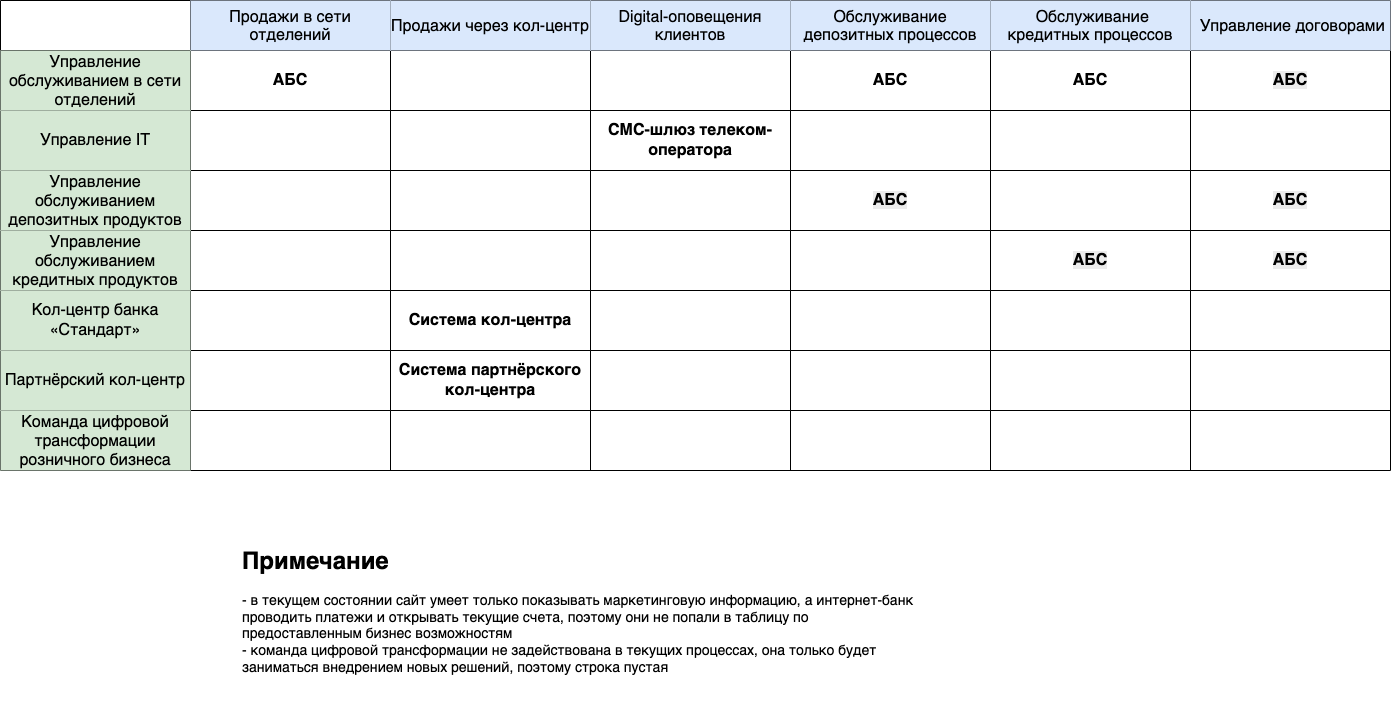
This is Task1/it-landscape.png from vakovtunenko/architecture-standart, a draw.io export, as it was before one commit. Source tidied: cells renumbered, new cells last; positions are measured from the earlier drawing's top-left corner, leaving out a move shared by most shapes.
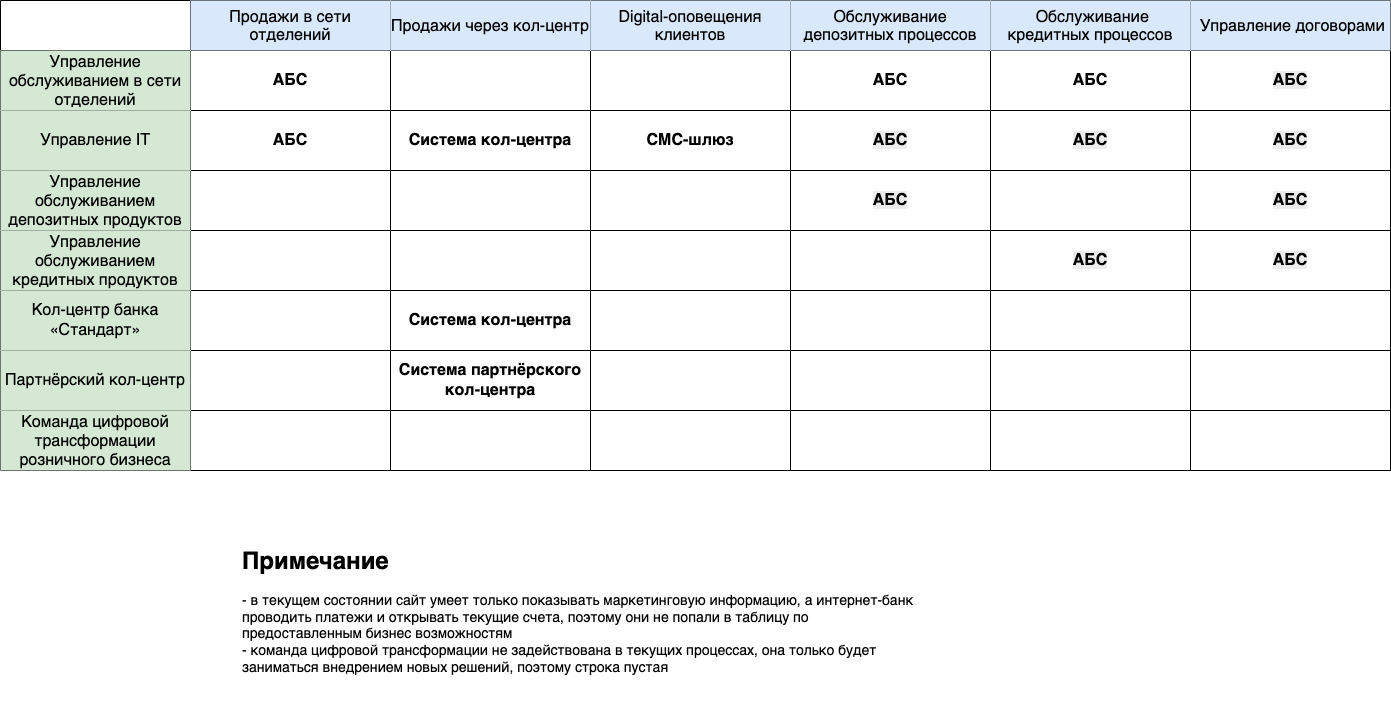
After the commit.

Diff of the diagram source:
```diff
@@ -59,22 +59,22 @@
     <mxCell id="20" value="Управление IT" style="shape=partialRectangle;html=1;whiteSpace=wrap;strokeColor=#82b366;overflow=hidden;fillColor=#d5e8d4;top=0;left=0;bottom=0;right=0;fontSize=16;align=center;verticalAlign=middle;fontFamily=Helvetica;" parent="19" vertex="1">
       <mxGeometry width="190" height="60" as="geometry" />
     </mxCell>
-    <mxCell id="21" style="shape=partialRectangle;html=1;whiteSpace=wrap;strokeColor=inherit;overflow=hidden;fillColor=none;top=0;left=0;bottom=0;right=0;fontSize=16;align=center;verticalAlign=middle;fontFamily=Helvetica;" parent="19" vertex="1">
+    <mxCell id="21" value="&lt;b&gt;АБС&lt;/b&gt;" style="shape=partialRectangle;html=1;whiteSpace=wrap;strokeColor=inherit;overflow=hidden;fillColor=none;top=0;left=0;bottom=0;right=0;fontSize=16;align=center;verticalAlign=middle;fontFamily=Helvetica;" parent="19" vertex="1">
       <mxGeometry x="190" width="200" height="60" as="geometry" />
     </mxCell>
-    <mxCell id="22" style="shape=partialRectangle;html=1;whiteSpace=wrap;strokeColor=inherit;overflow=hidden;fillColor=none;top=0;left=0;bottom=0;right=0;fontSize=16;align=center;verticalAlign=middle;fontFamily=Helvetica;" parent="19" vertex="1">
+    <mxCell id="22" value="&lt;span style=&quot;font-weight: 700;&quot;&gt;Система кол-центра&lt;/span&gt;" style="shape=partialRectangle;html=1;whiteSpace=wrap;strokeColor=inherit;overflow=hidden;fillColor=none;top=0;left=0;bottom=0;right=0;fontSize=16;align=center;verticalAlign=middle;fontFamily=Helvetica;" parent="19" vertex="1">
       <mxGeometry x="390" width="200" height="60" as="geometry" />
     </mxCell>
-    <mxCell id="23" value="СМС-шлюз телеком-оператора" style="shape=partialRectangle;html=1;whiteSpace=wrap;strokeColor=inherit;overflow=hidden;fillColor=none;top=0;left=0;bottom=0;right=0;fontSize=16;align=center;verticalAlign=middle;fontFamily=Helvetica;fontStyle=1;" parent="19" vertex="1">
+    <mxCell id="23" value="СМС-шлюз" style="shape=partialRectangle;html=1;whiteSpace=wrap;strokeColor=inherit;overflow=hidden;fillColor=none;top=0;left=0;bottom=0;right=0;fontSize=16;align=center;verticalAlign=middle;fontFamily=Helvetica;fontStyle=1;" parent="19" vertex="1">
       <mxGeometry x="590" width="200" height="60" as="geometry" />
     </mxCell>
-    <mxCell id="24" style="shape=partialRectangle;html=1;whiteSpace=wrap;strokeColor=inherit;overflow=hidden;fillColor=none;top=0;left=0;bottom=0;right=0;fontSize=16;align=center;verticalAlign=middle;fontFamily=Helvetica;" parent="19" vertex="1">
+    <mxCell id="24" value="&lt;b style=&quot;color: rgb(0, 0, 0); background-color: rgb(236, 236, 236);&quot;&gt;АБС&lt;/b&gt;" style="shape=partialRectangle;html=1;whiteSpace=wrap;strokeColor=inherit;overflow=hidden;fillColor=none;top=0;left=0;bottom=0;right=0;fontSize=16;align=center;verticalAlign=middle;fontFamily=Helvetica;" parent="19" vertex="1">
       <mxGeometry x="790" width="200" height="60" as="geometry" />
     </mxCell>
-    <mxCell id="25" style="shape=partialRectangle;html=1;whiteSpace=wrap;strokeColor=inherit;overflow=hidden;fillColor=none;top=0;left=0;bottom=0;right=0;fontSize=16;align=center;verticalAlign=middle;fontFamily=Helvetica;" parent="19" vertex="1">
+    <mxCell id="25" value="&lt;b style=&quot;color: rgb(0, 0, 0); background-color: rgb(236, 236, 236);&quot;&gt;АБС&lt;/b&gt;" style="shape=partialRectangle;html=1;whiteSpace=wrap;strokeColor=inherit;overflow=hidden;fillColor=none;top=0;left=0;bottom=0;right=0;fontSize=16;align=center;verticalAlign=middle;fontFamily=Helvetica;" parent="19" vertex="1">
       <mxGeometry x="990" width="200" height="60" as="geometry" />
     </mxCell>
-    <mxCell id="26" style="shape=partialRectangle;html=1;whiteSpace=wrap;strokeColor=inherit;overflow=hidden;fillColor=none;top=0;left=0;bottom=0;right=0;fontSize=16;align=center;verticalAlign=middle;fontFamily=Helvetica;" parent="19" vertex="1">
+    <mxCell id="26" value="&lt;b style=&quot;color: rgb(0, 0, 0); background-color: rgb(236, 236, 236);&quot;&gt;АБС&lt;/b&gt;" style="shape=partialRectangle;html=1;whiteSpace=wrap;strokeColor=inherit;overflow=hidden;fillColor=none;top=0;left=0;bottom=0;right=0;fontSize=16;align=center;verticalAlign=middle;fontFamily=Helvetica;" parent="19" vertex="1">
       <mxGeometry x="1190" width="200" height="60" as="geometry" />
     </mxCell>
     <mxCell id="27" style="shape=tableRow;horizontal=0;startSize=0;swimlaneHead=0;swimlaneBody=0;strokeColor=inherit;top=0;left=0;bottom=0;right=0;fillColor=none;fontSize=16;align=center;verticalAlign=middle;whiteSpace=wrap;fontFamily=Helvetica;" parent="2" vertex="1">
```
